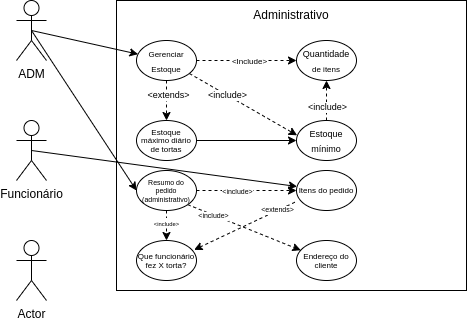
Before: UC_d.drawio.png, a diagram exported from draw.io (FreelyTian/docs). Source tidied: cells renumbered, new cells last; positions are measured from the earlier drawing's top-left corner, leaving out a move shared by most shapes. Its diagram source:
```xml
<mxGraphModel>
  <root>
    <mxCell id="0" />
    <mxCell id="1" parent="0" />
    <mxCell id="2" style="rounded=0;whiteSpace=wrap;html=1;" parent="1" vertex="1">
      <mxGeometry x="100" width="350" height="290" as="geometry" />
    </mxCell>
    <mxCell id="3" style="edgeStyle=none;rounded=0;jettySize=auto;html=1;exitX=0.5;exitY=0.5;exitDx=0;exitDy=0;exitPerimeter=0;fontSize=9;" parent="1" edge="1" source="5" target="16">
      <mxGeometry relative="1" as="geometry" />
    </mxCell>
    <mxCell id="4" style="edgeStyle=none;rounded=0;jettySize=auto;html=1;exitX=0.5;exitY=0.5;exitDx=0;exitDy=0;exitPerimeter=0;entryX=0;entryY=0.5;entryDx=0;entryDy=0;fontSize=9;" parent="1" edge="1" source="5" target="34">
      <mxGeometry relative="1" as="geometry" />
    </mxCell>
    <mxCell id="5" value="ADM" style="shape=umlActor;verticalLabelPosition=bottom;verticalAlign=top;html=1;outlineConnect=0;" parent="1" vertex="1">
      <mxGeometry width="30" height="60" as="geometry" />
    </mxCell>
    <mxCell id="6" style="edgeStyle=none;rounded=0;jettySize=auto;html=1;exitX=0.5;exitY=0.5;exitDx=0;exitDy=0;exitPerimeter=0;fontSize=9;" parent="1" edge="1" source="7" target="26">
      <mxGeometry relative="1" as="geometry" />
    </mxCell>
    <mxCell id="7" value="Funcionário" style="shape=umlActor;verticalLabelPosition=bottom;verticalAlign=top;html=1;outlineConnect=0;" parent="1" vertex="1">
      <mxGeometry y="120" width="30" height="60" as="geometry" />
    </mxCell>
    <mxCell id="8" value="Actor" style="shape=umlActor;verticalLabelPosition=bottom;verticalAlign=top;html=1;" parent="1" vertex="1">
      <mxGeometry y="240" width="30" height="60" as="geometry" />
    </mxCell>
    <mxCell id="9" value="Administrativo" style="text;html=1;strokeColor=none;fillColor=none;align=center;verticalAlign=middle;whiteSpace=wrap;rounded=0;" parent="1" vertex="1">
      <mxGeometry x="245" width="60" height="30" as="geometry" />
    </mxCell>
    <mxCell id="10" style="edgeStyle=orthogonalEdgeStyle;rounded=0;jettySize=auto;html=1;fontSize=8;dashed=1;" parent="1" edge="1" source="16" target="17">
      <mxGeometry relative="1" as="geometry" />
    </mxCell>
    <mxCell id="11" value="&amp;lt;Include&amp;gt;" style="edgeLabel;html=1;align=center;verticalAlign=middle;fontSize=8;" parent="10" vertex="1">
      <mxGeometry x="0.27" y="-1" relative="1" as="geometry">
        <mxPoint x="-11" y="-1" as="offset" />
      </mxGeometry>
    </mxCell>
    <mxCell id="12" style="edgeStyle=none;rounded=0;jettySize=auto;html=1;dashed=1;fontSize=9;entryX=0.01;entryY=0.37;entryDx=0;entryDy=0;entryPerimeter=0;" parent="1" edge="1" source="16" target="20">
      <mxGeometry relative="1" as="geometry" />
    </mxCell>
    <mxCell id="13" value="&amp;lt;include&amp;gt;" style="edgeLabel;html=1;align=center;verticalAlign=middle;fontSize=9;" parent="12" vertex="1">
      <mxGeometry x="-0.28" relative="1" as="geometry" />
    </mxCell>
    <mxCell id="14" style="edgeStyle=none;rounded=0;jettySize=auto;html=1;exitX=0.5;exitY=1;exitDx=0;exitDy=0;fontSize=9;dashed=1;" parent="1" edge="1" source="16" target="22">
      <mxGeometry relative="1" as="geometry" />
    </mxCell>
    <mxCell id="15" value="&amp;lt;extends&amp;gt;" style="edgeLabel;html=1;align=center;verticalAlign=middle;fontSize=9;" parent="14" vertex="1">
      <mxGeometry x="-0.28" y="1" relative="1" as="geometry" />
    </mxCell>
    <mxCell id="16" value="&lt;span style=&quot;font-size: 8px;&quot;&gt;Gerenciar Estoque&lt;/span&gt;" style="ellipse;whiteSpace=wrap;html=1;" parent="1" vertex="1">
      <mxGeometry x="120" y="40" width="60" height="40" as="geometry" />
    </mxCell>
    <mxCell id="17" value="&lt;font style=&quot;font-size: 9px;&quot;&gt;Quantidade&lt;/font&gt; &lt;font style=&quot;font-size: 8px;&quot;&gt;de itens&lt;/font&gt;" style="ellipse;whiteSpace=wrap;html=1;" parent="1" vertex="1">
      <mxGeometry x="280" y="40" width="60" height="40" as="geometry" />
    </mxCell>
    <mxCell id="18" style="rounded=0;jettySize=auto;html=1;exitX=0.5;exitY=0;exitDx=0;exitDy=0;dashed=1;fontSize=9;" parent="1" edge="1" source="20" target="17">
      <mxGeometry relative="1" as="geometry" />
    </mxCell>
    <mxCell id="19" value="&amp;lt;include&amp;gt;" style="edgeLabel;html=1;align=center;verticalAlign=middle;fontSize=9;" parent="18" vertex="1">
      <mxGeometry x="-0.3" y="-2" relative="1" as="geometry">
        <mxPoint x="-2" as="offset" />
      </mxGeometry>
    </mxCell>
    <mxCell id="20" value="&lt;font style=&quot;font-size: 9px;&quot;&gt;Estoque mínimo&lt;/font&gt;" style="ellipse;whiteSpace=wrap;html=1;" parent="1" vertex="1">
      <mxGeometry x="280" y="120" width="60" height="40" as="geometry" />
    </mxCell>
    <mxCell id="21" style="edgeStyle=none;rounded=0;jettySize=auto;html=1;exitX=1;exitY=0.5;exitDx=0;exitDy=0;fontSize=9;" parent="1" edge="1" source="22" target="20">
      <mxGeometry relative="1" as="geometry" />
    </mxCell>
    <mxCell id="22" value="&lt;p style=&quot;line-height: 60%;&quot;&gt;&lt;span style=&quot;font-size: 8px;&quot;&gt;Estoque máximo diário de tortas&lt;/span&gt;&lt;/p&gt;" style="ellipse;whiteSpace=wrap;html=1;" parent="1" vertex="1">
      <mxGeometry x="120" y="120" width="60" height="40" as="geometry" />
    </mxCell>
    <mxCell id="23" style="edgeStyle=none;rounded=0;jettySize=auto;html=1;fontSize=9;dashed=1;endArrow=none;endFill=0;startArrow=classic;startFill=1;exitX=0.961;exitY=0.233;exitDx=0;exitDy=0;exitPerimeter=0;" parent="1" edge="1" source="25">
      <mxGeometry relative="1" as="geometry">
        <mxPoint x="280" y="201" as="targetPoint" />
      </mxGeometry>
    </mxCell>
    <mxCell id="24" value="&amp;lt;extends&amp;gt;" style="edgeLabel;html=1;align=center;verticalAlign=middle;fontSize=7;" parent="23" vertex="1">
      <mxGeometry x="-0.7" y="-1" relative="1" as="geometry">
        <mxPoint x="67" y="-33" as="offset" />
      </mxGeometry>
    </mxCell>
    <mxCell id="25" value="&lt;p style=&quot;line-height: 60%;&quot;&gt;&lt;span style=&quot;font-size: 8px;&quot;&gt;Que funcionário fez X torta?&lt;/span&gt;&lt;/p&gt;" style="ellipse;whiteSpace=wrap;html=1;" parent="1" vertex="1">
      <mxGeometry x="120" y="240" width="60" height="40" as="geometry" />
    </mxCell>
    <mxCell id="26" value="&lt;p style=&quot;line-height: 60%;&quot;&gt;&lt;span style=&quot;font-size: 8px;&quot;&gt;Itens do pedido&lt;/span&gt;&lt;/p&gt;" style="ellipse;whiteSpace=wrap;html=1;" parent="1" vertex="1">
      <mxGeometry x="280" y="170" width="60" height="40" as="geometry" />
    </mxCell>
    <mxCell id="27" value="&lt;p style=&quot;line-height: 60%;&quot;&gt;&lt;span style=&quot;font-size: 8px;&quot;&gt;Endereço do cliente&lt;/span&gt;&lt;/p&gt;" style="ellipse;whiteSpace=wrap;html=1;" parent="1" vertex="1">
      <mxGeometry x="280" y="240" width="60" height="40" as="geometry" />
    </mxCell>
    <mxCell id="28" style="edgeStyle=none;rounded=0;jettySize=auto;html=1;dashed=1;fontSize=7;" parent="1" edge="1" source="34" target="25">
      <mxGeometry relative="1" as="geometry" />
    </mxCell>
    <mxCell id="29" value="&lt;sub&gt;&amp;lt;include&amp;gt;&lt;/sub&gt;" style="edgeLabel;html=1;align=center;verticalAlign=middle;fontSize=7;" parent="28" vertex="1">
      <mxGeometry x="-0.26" y="-1" relative="1" as="geometry" />
    </mxCell>
    <mxCell id="30" style="edgeStyle=none;rounded=0;jettySize=auto;html=1;exitX=1;exitY=1;exitDx=0;exitDy=0;dashed=1;fontSize=7;" parent="1" edge="1" source="34" target="27">
      <mxGeometry relative="1" as="geometry" />
    </mxCell>
    <mxCell id="31" value="&amp;lt;include&amp;gt;" style="edgeLabel;html=1;align=center;verticalAlign=middle;fontSize=7;" parent="30" vertex="1">
      <mxGeometry x="-0.53" y="-1" relative="1" as="geometry" />
    </mxCell>
    <mxCell id="32" style="edgeStyle=none;rounded=0;jettySize=auto;html=1;exitX=1;exitY=0.5;exitDx=0;exitDy=0;dashed=1;fontSize=7;" parent="1" edge="1" source="34" target="26">
      <mxGeometry relative="1" as="geometry" />
    </mxCell>
    <mxCell id="33" value="&amp;lt;include&amp;gt;" style="edgeLabel;html=1;align=center;verticalAlign=middle;fontSize=7;" parent="32" vertex="1">
      <mxGeometry x="-0.19" y="-1" relative="1" as="geometry" />
    </mxCell>
    <mxCell id="34" value="&lt;p style=&quot;line-height: 60%;&quot;&gt;&lt;font style=&quot;font-size: 7px;&quot;&gt;Resumo do pedido (administrativo)&lt;/font&gt;&lt;/p&gt;" style="ellipse;whiteSpace=wrap;html=1;" parent="1" vertex="1">
      <mxGeometry x="120" y="170" width="60" height="40" as="geometry" />
    </mxCell>
  </root>
</mxGraphModel>
```
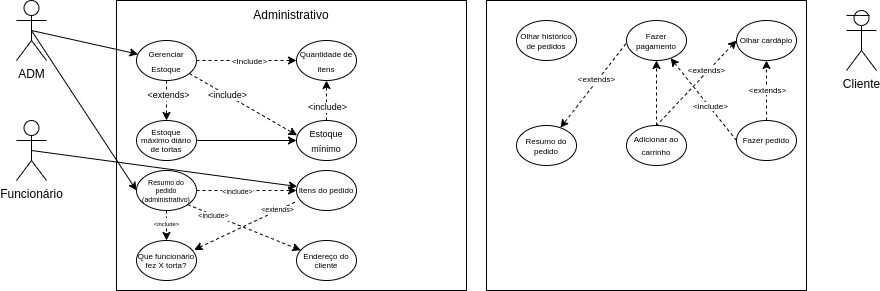
After the change.

Diff of the diagram source:
```diff
@@ -20,8 +20,8 @@
     <mxCell id="7" value="Funcionário" style="shape=umlActor;verticalLabelPosition=bottom;verticalAlign=top;html=1;outlineConnect=0;" parent="1" vertex="1">
       <mxGeometry y="120" width="30" height="60" as="geometry" />
     </mxCell>
-    <mxCell id="8" value="Actor" style="shape=umlActor;verticalLabelPosition=bottom;verticalAlign=top;html=1;" parent="1" vertex="1">
-      <mxGeometry y="240" width="30" height="60" as="geometry" />
+    <mxCell id="8" value="Cliente&lt;br&gt;" style="shape=umlActor;verticalLabelPosition=bottom;verticalAlign=top;html=1;" parent="1" vertex="1">
+      <mxGeometry x="830" y="10" width="30" height="60" as="geometry" />
     </mxCell>
     <mxCell id="9" value="Administrativo" style="text;html=1;strokeColor=none;fillColor=none;align=center;verticalAlign=middle;whiteSpace=wrap;rounded=0;" parent="1" vertex="1">
       <mxGeometry x="245" width="60" height="30" as="geometry" />
@@ -49,7 +49,7 @@
     <mxCell id="16" value="&lt;span style=&quot;font-size: 8px;&quot;&gt;Gerenciar Estoque&lt;/span&gt;" style="ellipse;whiteSpace=wrap;html=1;" parent="1" vertex="1">
       <mxGeometry x="120" y="40" width="60" height="40" as="geometry" />
     </mxCell>
-    <mxCell id="17" value="&lt;font style=&quot;font-size: 9px;&quot;&gt;Quantidade&lt;/font&gt; &lt;font style=&quot;font-size: 8px;&quot;&gt;de itens&lt;/font&gt;" style="ellipse;whiteSpace=wrap;html=1;" parent="1" vertex="1">
+    <mxCell id="17" value="&lt;font style=&quot;font-size: 8px;&quot;&gt;&lt;font style=&quot;font-size: 8px;&quot;&gt;Quantidade&lt;/font&gt; &lt;font style=&quot;font-size: 8px;&quot;&gt;de itens&lt;/font&gt;&lt;/font&gt;" style="ellipse;whiteSpace=wrap;html=1;" parent="1" vertex="1">
       <mxGeometry x="280" y="40" width="60" height="40" as="geometry" />
     </mxCell>
     <mxCell id="18" style="rounded=0;jettySize=auto;html=1;exitX=0.5;exitY=0;exitDx=0;exitDy=0;dashed=1;fontSize=9;" parent="1" edge="1" source="20" target="17">
@@ -109,5 +109,66 @@
     <mxCell id="34" value="&lt;p style=&quot;line-height: 60%;&quot;&gt;&lt;font style=&quot;font-size: 7px;&quot;&gt;Resumo do pedido (administrativo)&lt;/font&gt;&lt;/p&gt;" style="ellipse;whiteSpace=wrap;html=1;" parent="1" vertex="1">
       <mxGeometry x="120" y="170" width="60" height="40" as="geometry" />
     </mxCell>
+    <mxCell id="35" style="rounded=0;whiteSpace=wrap;html=1;" parent="1" vertex="1">
+      <mxGeometry x="470" width="320" height="290" as="geometry" />
+    </mxCell>
+    <mxCell id="36" style="rounded=0;jettySize=auto;html=1;exitX=0;exitY=0.5;exitDx=0;exitDy=0;entryX=0.5;entryY=0;entryDx=0;entryDy=0;dashed=1;fontSize=8;endArrow=none;endFill=0;startArrow=classic;startFill=1;" parent="1" edge="1" source="38" target="50">
+      <mxGeometry relative="1" as="geometry" />
+    </mxCell>
+    <mxCell id="37" value="&amp;lt;extends&amp;gt;" style="edgeLabel;html=1;align=center;verticalAlign=middle;fontSize=8;" parent="36" vertex="1">
+      <mxGeometry x="0.36" relative="1" as="geometry">
+        <mxPoint x="24" y="-28" as="offset" />
+      </mxGeometry>
+    </mxCell>
+    <mxCell id="38" value="&lt;p style=&quot;line-height: 90%;&quot;&gt;&lt;span style=&quot;font-size: 8px;&quot;&gt;Olhar cardápio&lt;/span&gt;&lt;/p&gt;" style="ellipse;whiteSpace=wrap;html=1;" parent="1" vertex="1">
+      <mxGeometry x="720" y="20" width="60" height="40" as="geometry" />
+    </mxCell>
+    <mxCell id="39" style="rounded=0;jettySize=auto;html=1;exitX=0.5;exitY=0;exitDx=0;exitDy=0;entryX=0.5;entryY=1;entryDx=0;entryDy=0;fontSize=8;dashed=1;" parent="1" edge="1" source="43" target="38">
+      <mxGeometry relative="1" as="geometry" />
+    </mxCell>
+    <mxCell id="40" value="&amp;lt;extends&amp;gt;" style="edgeLabel;html=1;align=center;verticalAlign=middle;fontSize=8;" parent="39" vertex="1">
+      <mxGeometry x="-0.32" y="1" relative="1" as="geometry">
+        <mxPoint x="1" y="-10" as="offset" />
+      </mxGeometry>
+    </mxCell>
+    <mxCell id="41" style="edgeStyle=none;rounded=0;jettySize=auto;html=1;exitX=0;exitY=0.5;exitDx=0;exitDy=0;dashed=1;fontSize=8;" parent="1" edge="1" source="43" target="46">
+      <mxGeometry relative="1" as="geometry" />
+    </mxCell>
+    <mxCell id="42" value="&amp;lt;include&amp;gt;" style="edgeLabel;html=1;align=center;verticalAlign=middle;fontSize=8;" parent="41" vertex="1">
+      <mxGeometry x="-0.16" y="-1" relative="1" as="geometry" />
+    </mxCell>
+    <mxCell id="43" value="&lt;p style=&quot;line-height: 90%;&quot;&gt;&lt;font style=&quot;font-size: 8px;&quot;&gt;Fazer pedido&lt;/font&gt;&lt;/p&gt;" style="ellipse;whiteSpace=wrap;html=1;" parent="1" vertex="1">
+      <mxGeometry x="720" y="120" width="60" height="40" as="geometry" />
+    </mxCell>
+    <mxCell id="44" style="edgeStyle=none;rounded=0;jettySize=auto;html=1;exitX=-0.011;exitY=0.582;exitDx=0;exitDy=0;dashed=1;fontSize=8;exitPerimeter=0;" parent="1" edge="1" source="46" target="48">
+      <mxGeometry relative="1" as="geometry" />
+    </mxCell>
+    <mxCell id="45" value="&amp;lt;extends&amp;gt;" style="edgeLabel;html=1;align=center;verticalAlign=middle;fontSize=8;" parent="44" vertex="1">
+      <mxGeometry x="-0.13" y="-2" relative="1" as="geometry" />
+    </mxCell>
+    <mxCell id="46" value="&lt;p style=&quot;line-height: 75%;&quot;&gt;&lt;span style=&quot;font-size: 8px;&quot;&gt;Fazer pagamento&lt;/span&gt;&lt;/p&gt;" style="ellipse;whiteSpace=wrap;html=1;align=center;verticalAlign=middle;" parent="1" vertex="1">
+      <mxGeometry x="610" y="20" width="60" height="40" as="geometry" />
+    </mxCell>
+    <mxCell id="47" style="endArrow=none;html=1;rounded=0;fontSize=8;" parent="1" edge="1">
+      <mxGeometry relative="1" as="geometry">
+        <mxPoint x="830" y="14.9" as="sourcePoint" />
+        <mxPoint x="853" y="15" as="targetPoint" />
+        <Array as="points">
+          <mxPoint x="843" y="14.9" />
+        </Array>
+      </mxGeometry>
+    </mxCell>
+    <mxCell id="48" value="&lt;p style=&quot;line-height: 75%;&quot;&gt;&lt;span style=&quot;font-size: 8px;&quot;&gt;Resumo do pedido&lt;/span&gt;&lt;/p&gt;" style="ellipse;whiteSpace=wrap;html=1;" parent="1" vertex="1">
+      <mxGeometry x="500" y="125" width="60" height="40" as="geometry" />
+    </mxCell>
+    <mxCell id="49" style="edgeStyle=none;rounded=0;jettySize=auto;html=1;exitX=0.5;exitY=0;exitDx=0;exitDy=0;entryX=0.5;entryY=1;entryDx=0;entryDy=0;dashed=1;fontSize=8;" parent="1" edge="1" source="50" target="46">
+      <mxGeometry relative="1" as="geometry" />
+    </mxCell>
+    <mxCell id="50" value="&lt;p style=&quot;line-height: 90%;&quot;&gt;&lt;span style=&quot;font-size: 8px;&quot;&gt;Adicionar ao carrinho&lt;/span&gt;&lt;/p&gt;" style="ellipse;whiteSpace=wrap;html=1;" parent="1" vertex="1">
+      <mxGeometry x="610" y="125" width="60" height="40" as="geometry" />
+    </mxCell>
+    <mxCell id="51" value="&lt;p style=&quot;line-height: 75%;&quot;&gt;&lt;span style=&quot;font-size: 8px;&quot;&gt;Olhar histórico de pedidos&lt;/span&gt;&lt;/p&gt;" style="ellipse;whiteSpace=wrap;html=1;" parent="1" vertex="1">
+      <mxGeometry x="500" y="20" width="60" height="40" as="geometry" />
+    </mxCell>
   </root>
 </mxGraphModel>
```
